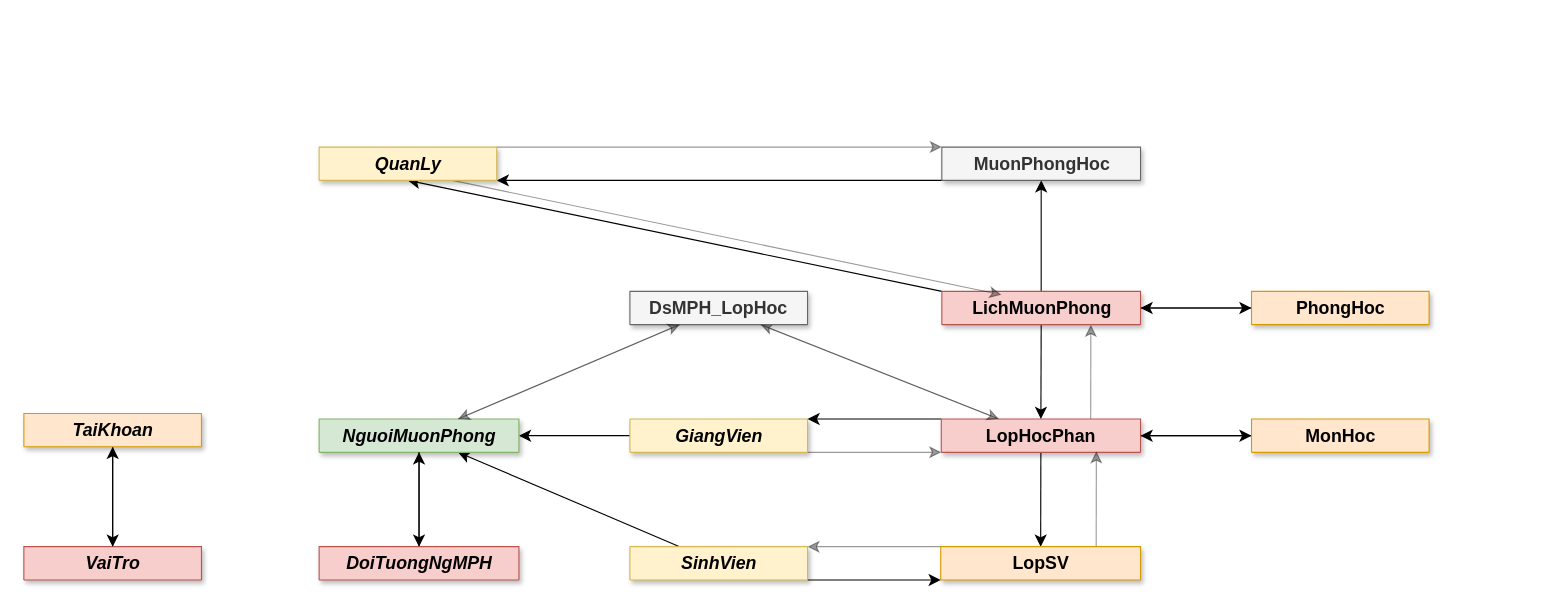
Above: page "HQL erd diagram" (2 of 3) of Sơ đồ diagram -Complete .drawio in Chinhddemon/QlMuonPhongHoc (draw.io), before the change. Source tidied: cells renumbered, new cells numbered last; positions are measured from the earlier drawing's top-left corner, leaving out a move shared by most shapes. Both pictures are drawn from the tidied source at 111%, with x=0, y=0 at pixel (23, 147).
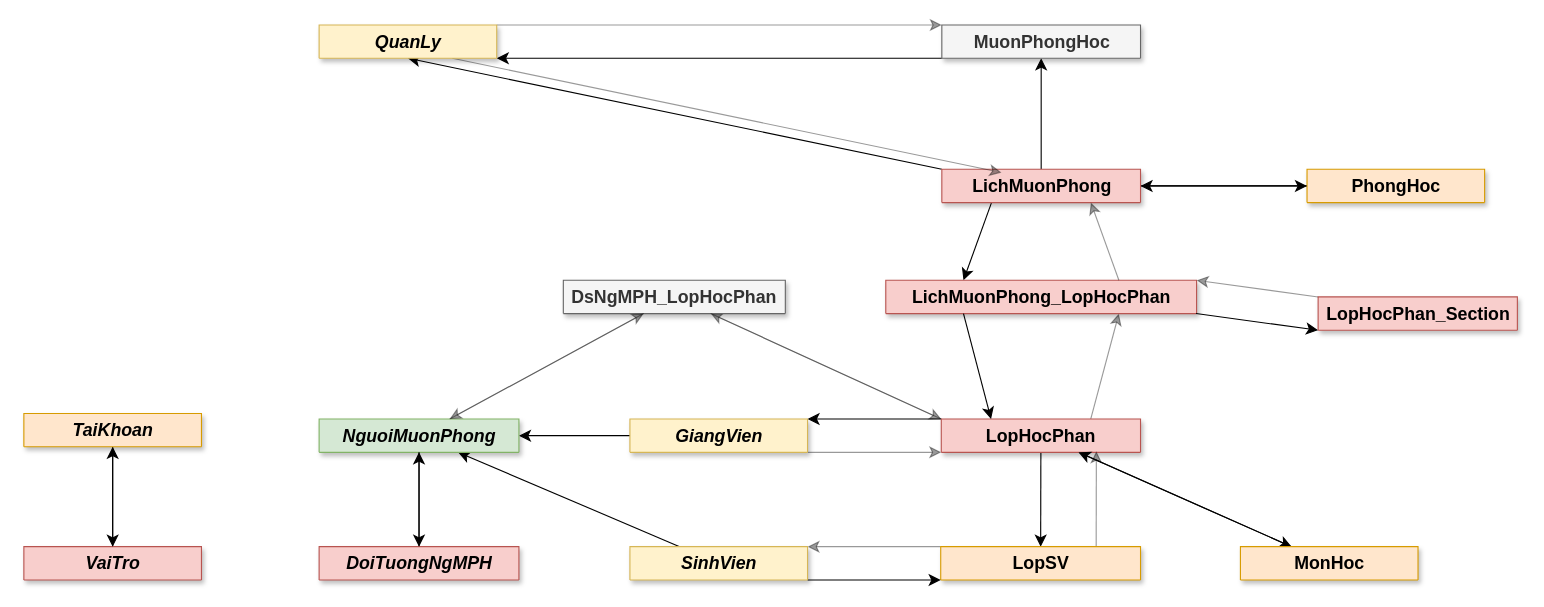
The same diagram, later.

Unchanged cells that the change refers to:
```xml
<mxCell id="7" value="LopHocPhan" style="shape=table;startSize=30;childLayout=tableLayout;rowLines=0;fontStyle=1;align=center;html=1;rounded=1;shadow=1;strokeColor=#b85450;strokeWidth=1;verticalAlign=middle;fontFamily=Helvetica;fontSize=16;fillColor=#f8cecc;swimlaneFillColor=none;arcSize=11;" parent="1" vertex="1" collapsed="1">
  <mxGeometry x="826.5" y="245" width="179.5" height="30" as="geometry" />
</mxCell>
```

What changed in the source:
```diff
@@
-    <mxCell id="5" style="edgeStyle=none;curved=1;rounded=0;jettySize=auto;html=1;fontSize=12;startSize=8;endSize=8;textOpacity=40;opacity=40;" parent="1" edge="1" source="7" target="17">
+    <mxCell id="5" style="edgeStyle=none;curved=1;rounded=0;jettySize=auto;html=1;fontSize=12;startSize=8;endSize=8;textOpacity=40;opacity=40;exitX=0;exitY=0;exitDx=0;exitDy=0;" parent="1" edge="1" source="7" target="17">
       <mxGeometry relative="1" as="geometry" />
     </mxCell>
-    <mxCell id="6" style="edgeStyle=none;curved=1;rounded=0;jettySize=auto;html=1;fontSize=12;startSize=8;endSize=8;opacity=40;entryX=0.75;entryY=1;entryDx=0;entryDy=0;exitX=0.75;exitY=0;exitDx=0;exitDy=0;" parent="1" edge="1" source="7" target="16">
+    <mxCell id="6" style="edgeStyle=none;curved=1;rounded=0;jettySize=auto;html=1;fontSize=12;startSize=8;endSize=8;opacity=40;exitX=0.75;exitY=0;exitDx=0;exitDy=0;entryX=0.75;entryY=1;entryDx=0;entryDy=0;" parent="1" edge="1" source="7" target="45">
       <mxGeometry relative="1" as="geometry" />
     </mxCell>
@@
     <mxCell id="9" value="MonHoc" style="shape=table;startSize=30;childLayout=tableLayout;rowLines=0;fontStyle=1;align=center;html=1;rounded=1;shadow=1;strokeColor=#d79b00;strokeWidth=1;verticalAlign=middle;fontFamily=Helvetica;fontSize=16;fillColor=#ffe6cc;" parent="1" vertex="1" collapsed="1">
-      <mxGeometry x="1106" y="245" width="160" height="30" as="geometry" />
+      <mxGeometry x="1096" y="360" width="160" height="30" as="geometry" />
     </mxCell>
@@
     <mxCell id="11" value="PhongHoc" style="shape=table;startSize=30;childLayout=tableLayout;rowLines=0;fontStyle=1;align=center;html=1;rounded=1;shadow=1;strokeColor=#d79b00;strokeWidth=1;verticalAlign=middle;fontFamily=Helvetica;fontSize=16;fillColor=#ffe6cc;" parent="1" vertex="1" collapsed="1">
-      <mxGeometry x="1106" y="130" width="160" height="30" as="geometry" />
+      <mxGeometry x="1156" y="20" width="160" height="30" as="geometry" />
     </mxCell>
@@
-    <mxCell id="14" style="edgeStyle=none;curved=1;rounded=0;jettySize=auto;html=1;fontSize=12;startSize=8;endSize=8;exitX=0.5;exitY=1;exitDx=0;exitDy=0;entryX=0.5;entryY=0;entryDx=0;entryDy=0;" parent="1" edge="1" source="16" target="7">
+    <mxCell id="14" style="edgeStyle=none;curved=1;rounded=0;jettySize=auto;html=1;fontSize=12;startSize=8;endSize=8;exitX=0.25;exitY=1;exitDx=0;exitDy=0;entryX=0.25;entryY=0;entryDx=0;entryDy=0;" parent="1" edge="1" source="16" target="45">
       <mxGeometry relative="1" as="geometry" />
     </mxCell>
@@
     <mxCell id="16" value="LichMuonPhong" style="shape=table;startSize=30;childLayout=tableLayout;rowLines=0;fontStyle=1;align=center;html=1;rounded=1;shadow=1;strokeColor=#b85450;strokeWidth=1;verticalAlign=middle;fontFamily=Helvetica;fontSize=16;fillColor=#f8cecc;" parent="1" vertex="1" collapsed="1">
-      <mxGeometry x="827" y="130" width="179" height="30" as="geometry" />
+      <mxGeometry x="827" y="20" width="179" height="30" as="geometry" />
     </mxCell>
-    <mxCell id="17" value="DsMPH_LopHoc" style="shape=table;startSize=30;childLayout=tableLayout;rowLines=0;fontStyle=1;align=center;html=1;whiteSpace=wrap;rounded=1;shadow=1;strokeColor=#666666;strokeWidth=1;verticalAlign=middle;fontFamily=Helvetica;fontSize=16;fillColor=#f5f5f5;fontColor=#333333;" parent="1" vertex="1" collapsed="1">
-      <mxGeometry x="546" y="130" width="160" height="30" as="geometry" />
+    <mxCell id="17" value="DsNgMPH_LopHocPhan" style="shape=table;startSize=30;childLayout=tableLayout;rowLines=0;fontStyle=1;align=center;html=1;whiteSpace=wrap;rounded=1;shadow=1;strokeColor=#666666;strokeWidth=1;verticalAlign=middle;fontFamily=Helvetica;fontSize=16;fillColor=#f5f5f5;fontColor=#333333;" parent="1" vertex="1" collapsed="1">
+      <mxGeometry x="486" y="120" width="200" height="30" as="geometry" />
     </mxCell>
@@
     <mxCell id="22" value="MuonPhongHoc" style="shape=table;startSize=30;childLayout=tableLayout;rowLines=0;fontStyle=1;align=center;html=1;rounded=1;shadow=1;strokeColor=#666666;strokeWidth=1;verticalAlign=middle;fontFamily=Helvetica;fontSize=16;fillColor=#f5f5f5;fontColor=#333333;" parent="1" vertex="1" collapsed="1">
-      <mxGeometry x="827" width="179" height="30" as="geometry" />
+      <mxGeometry x="827" y="-110" width="179" height="30" as="geometry" />
     </mxCell>
@@
     <mxCell id="31" value="&lt;i&gt;QuanLy&lt;/i&gt;" style="shape=table;startSize=30;childLayout=tableLayout;rowLines=0;fontStyle=1;align=center;html=1;fontSize=16;fillColor=#fff2cc;strokeColor=#d6b656;strokeWidth=1;swimlaneFillColor=none;swimlaneLine=1;shadow=1;rounded=1;arcSize=11;" parent="1" vertex="1" collapsed="1">
-      <mxGeometry x="266" width="160" height="30" as="geometry" />
+      <mxGeometry x="266" y="-110" width="160" height="30" as="geometry" />
     </mxCell>
@@
-    <mxCell id="44" style="edgeStyle=none;curved=1;rounded=0;jettySize=auto;html=1;fontSize=12;startSize=8;endSize=8;textOpacity=40;opacity=40;" parent="1" edge="1" source="17" target="7">
+    <mxCell id="44" style="edgeStyle=none;curved=1;rounded=0;jettySize=auto;html=1;fontSize=12;startSize=8;endSize=8;textOpacity=40;opacity=40;entryX=0;entryY=0;entryDx=0;entryDy=0;" parent="1" edge="1" source="17" target="7">
       <mxGeometry relative="1" as="geometry" />
     </mxCell>
+    <mxCell id="45" value="LichMuonPhong_LopHocPhan" style="shape=table;startSize=30;childLayout=tableLayout;rowLines=0;fontStyle=1;align=center;html=1;whiteSpace=wrap;rounded=1;shadow=1;strokeColor=#b85450;strokeWidth=1;verticalAlign=middle;fontFamily=Helvetica;fontSize=16;fillColor=#f8cecc;" parent="1" vertex="1" collapsed="1">
+      <mxGeometry x="776.5" y="120" width="280" height="30" as="geometry" />
+    </mxCell>
+    <mxCell id="46" style="edgeStyle=none;curved=1;rounded=0;jettySize=auto;html=1;fontSize=12;startSize=8;endSize=8;exitX=0.25;exitY=1;exitDx=0;exitDy=0;entryX=0.25;entryY=0;entryDx=0;entryDy=0;" parent="1" edge="1" source="45" target="7">
+      <mxGeometry relative="1" as="geometry" />
+    </mxCell>
+    <mxCell id="47" style="edgeStyle=none;curved=1;rounded=0;jettySize=auto;html=1;fontSize=12;startSize=8;endSize=8;opacity=40;exitX=0.75;exitY=0;exitDx=0;exitDy=0;entryX=0.75;entryY=1;entryDx=0;entryDy=0;" parent="1" edge="1" source="45" target="16">
+      <mxGeometry relative="1" as="geometry" />
+    </mxCell>
+    <mxCell id="48" value="LopHocPhan_Section" style="shape=table;startSize=30;childLayout=tableLayout;rowLines=0;fontStyle=1;align=center;html=1;rounded=1;shadow=1;strokeColor=#b85450;strokeWidth=1;verticalAlign=middle;fontFamily=Helvetica;fontSize=16;fillColor=#f8cecc;swimlaneFillColor=none;arcSize=11;" parent="1" vertex="1" collapsed="1">
+      <mxGeometry x="1166" y="135" width="179.5" height="30" as="geometry" />
+    </mxCell>
+    <mxCell id="49" style="edgeStyle=none;curved=1;rounded=0;jettySize=auto;html=1;fontSize=12;startSize=8;endSize=8;entryX=0;entryY=1;entryDx=0;entryDy=0;" parent="1" edge="1" target="48">
+      <mxGeometry relative="1" as="geometry">
+        <mxPoint x="1056" y="150" as="sourcePoint" />
+      </mxGeometry>
+    </mxCell>
+    <mxCell id="50" style="edgeStyle=none;curved=1;rounded=0;jettySize=auto;html=1;fontSize=12;startSize=8;endSize=8;opacity=40;exitX=0;exitY=0;exitDx=0;exitDy=0;entryX=1;entryY=0;entryDx=0;entryDy=0;" parent="1" edge="1" source="48" target="45">
+      <mxGeometry relative="1" as="geometry" />
+    </mxCell>
```
